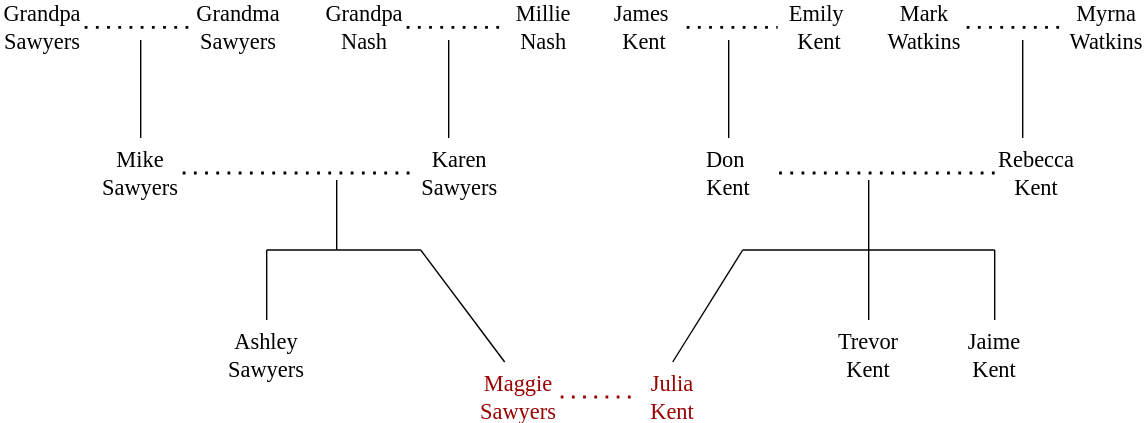
Above: images/FamilyTree.drawio.svg in jukent/maggie-and-julia (draw.io), before the change. Source tidied: cells renumbered, new cells last; positions are measured from the earlier drawing's top-left corner, leaving out a move shared by most shapes.
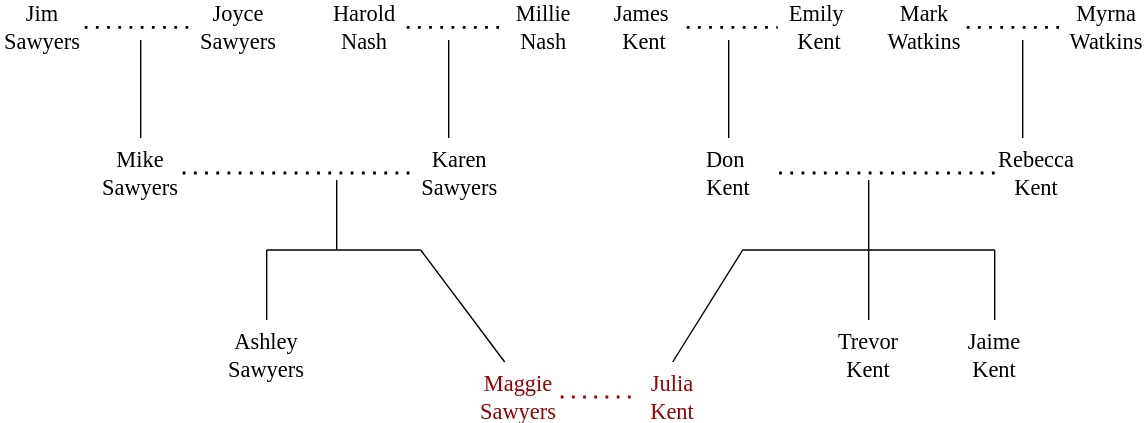
The same diagram one commit later.

Diff of the diagram source:
```diff
@@ -100,7 +100,7 @@
         <mxPoint x="100" y="24" as="targetPoint" />
       </mxGeometry>
     </mxCell>
-    <mxCell id="24" value="&lt;font style=&quot;font-size: 16px;&quot; face=&quot;Times New Roman&quot;&gt;Grandpa Sawyers&lt;/font&gt;" style="text;html=1;align=center;verticalAlign=middle;whiteSpace=wrap;rounded=0;" parent="1" vertex="1">
+    <mxCell id="24" value="&lt;font style=&quot;font-size: 16px;&quot; face=&quot;Times New Roman&quot;&gt;Jim Sawyers&lt;/font&gt;" style="text;html=1;align=center;verticalAlign=middle;whiteSpace=wrap;rounded=0;" parent="1" vertex="1">
       <mxGeometry width="60" height="30" as="geometry" />
     </mxCell>
     <mxCell id="25" style="endArrow=none;dashed=1;html=1;dashPattern=1 3;strokeWidth=2;rounded=0;exitX=1;exitY=0.5;exitDx=0;exitDy=0;entryX=0;entryY=0.5;entryDx=0;entryDy=0;" parent="1" edge="1" source="24" target="27">
@@ -112,7 +112,7 @@
         <mxPoint x="320" y="24" as="targetPoint" />
       </mxGeometry>
     </mxCell>
-    <mxCell id="27" value="&lt;font style=&quot;font-size: 16px;&quot; face=&quot;Times New Roman&quot;&gt;Grandma Sawyers&lt;/font&gt;" style="text;html=1;align=center;verticalAlign=middle;whiteSpace=wrap;rounded=0;" parent="1" vertex="1">
+    <mxCell id="27" value="&lt;font style=&quot;font-size: 16px;&quot; face=&quot;Times New Roman&quot;&gt;Joyce Sawyers&lt;/font&gt;" style="text;html=1;align=center;verticalAlign=middle;whiteSpace=wrap;rounded=0;" parent="1" vertex="1">
       <mxGeometry x="140" width="60" height="30" as="geometry" />
     </mxCell>
     <mxCell id="28" value="&lt;font style=&quot;font-size: 16px;&quot; face=&quot;Times New Roman&quot;&gt;James&amp;nbsp;&lt;/font&gt;&lt;div style=&quot;font-size: 16px;&quot;&gt;&lt;font style=&quot;font-size: 16px;&quot; face=&quot;Times New Roman&quot;&gt;Kent&lt;/font&gt;&lt;/div&gt;" style="text;html=1;align=center;verticalAlign=middle;whiteSpace=wrap;rounded=0;" parent="1" vertex="1">
@@ -151,7 +151,7 @@
     <mxCell id="37" style="endArrow=none;dashed=1;html=1;dashPattern=1 3;strokeWidth=2;rounded=0;exitX=1;exitY=0.5;exitDx=0;exitDy=0;entryX=0;entryY=0.5;entryDx=0;entryDy=0;" parent="1" edge="1" source="35" target="36">
       <mxGeometry relative="1" as="geometry" />
     </mxCell>
-    <mxCell id="38" value="&lt;font style=&quot;font-size: 16px;&quot; face=&quot;Times New Roman&quot;&gt;Grandpa Nash&lt;/font&gt;" style="text;html=1;align=center;verticalAlign=middle;whiteSpace=wrap;rounded=0;" parent="1" vertex="1">
+    <mxCell id="38" value="&lt;font style=&quot;font-size: 16px;&quot; face=&quot;Times New Roman&quot;&gt;Harold Nash&lt;/font&gt;" style="text;html=1;align=center;verticalAlign=middle;whiteSpace=wrap;rounded=0;" parent="1" vertex="1">
       <mxGeometry x="230" width="60" height="30" as="geometry" />
     </mxCell>
   </root>
```
